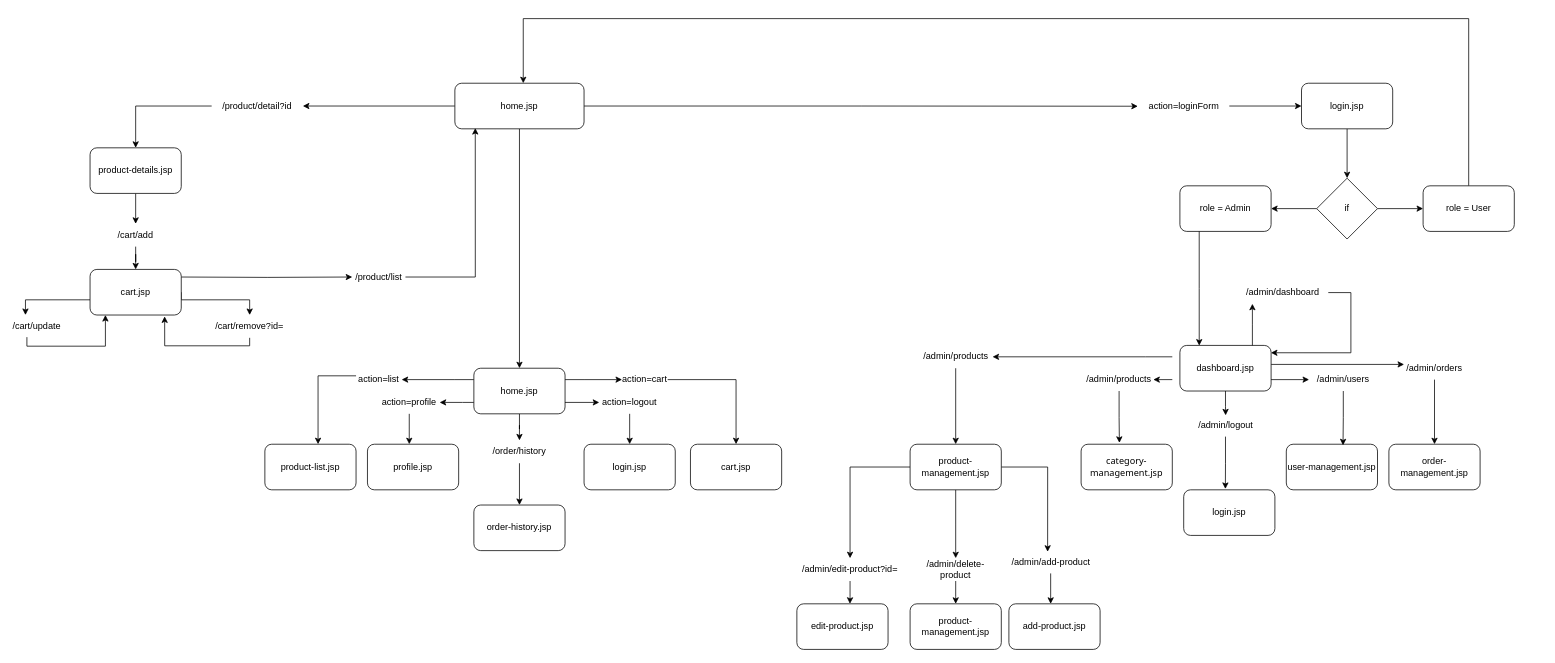
Above: Untitled Diagram.drawio in oggyne259/hehe (draw.io), before the change. Source tidied: cells renumbered, new cells numbered last; positions are measured from the earlier drawing's top-left corner, leaving out a move shared by most shapes. Both pictures are drawn from the tidied source at 76%, with x=0, y=0 at pixel (14, 18).
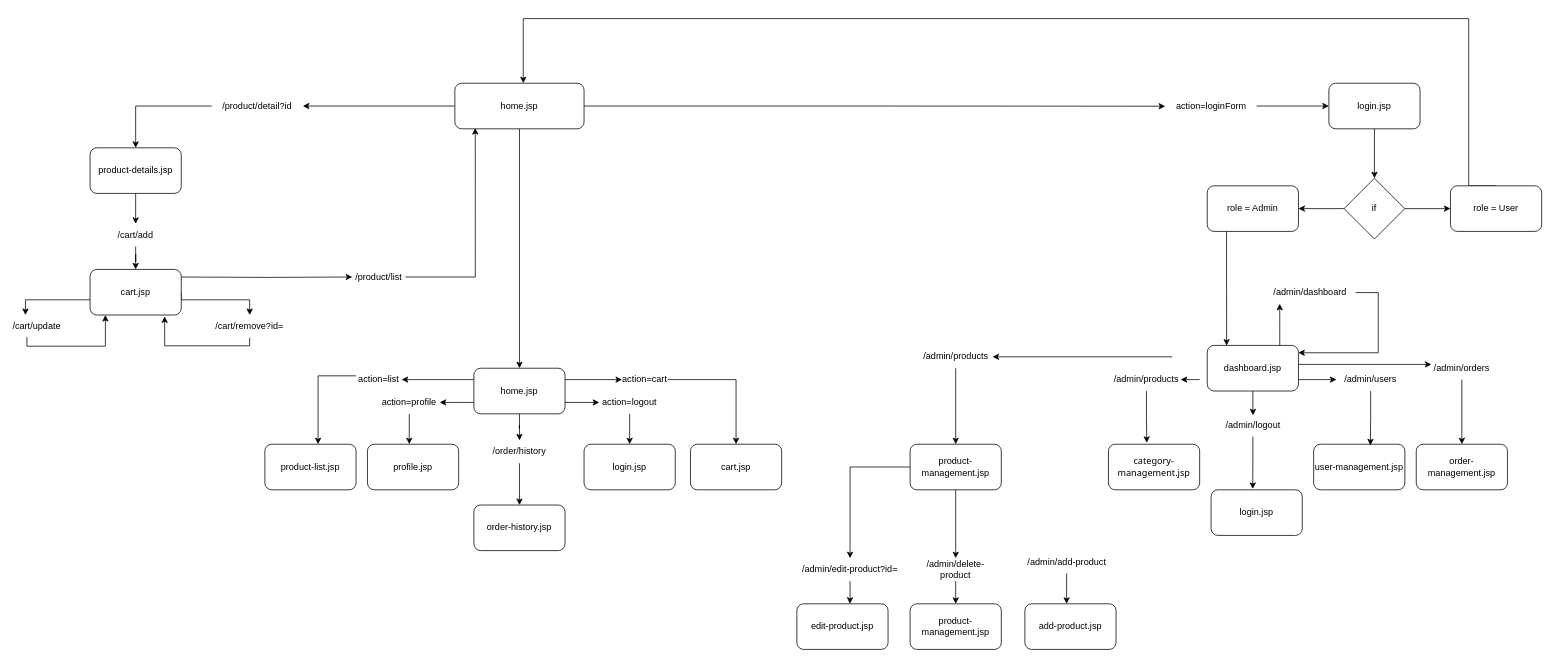
Above is the later version.

Unchanged cells that the change refers to:
```xml
<mxCell id="65" value="product-management.jsp" style="rounded=1;whiteSpace=wrap;html=1;" parent="1" vertex="1">
  <mxGeometry x="1179" y="560" width="120" height="60" as="geometry" />
</mxCell>
```

Diff of the diagram source:
```diff
@@
     <mxCell id="26" value="action=loginForm" style="text;html=1;align=center;verticalAlign=middle;points=[];strokeColor=none;fillColor=none;rotation=0;" parent="1" vertex="1">
-      <mxGeometry x="1479" y="100" width="120" height="30" as="geometry" />
+      <mxGeometry x="1515" y="100" width="120" height="30" as="geometry" />
     </mxCell>
@@
     <mxCell id="28" value="login.jsp" style="rounded=1;whiteSpace=wrap;html=1;" parent="1" vertex="1">
-      <mxGeometry x="1694" y="85" width="120" height="60" as="geometry" />
+      <mxGeometry x="1730" y="85" width="120" height="60" as="geometry" />
     </mxCell>
@@
     <mxCell id="31" value="if" style="rhombus;whiteSpace=wrap;html=1;" parent="1" vertex="1">
-      <mxGeometry x="1714" y="210" width="80" height="80" as="geometry" />
+      <mxGeometry x="1750" y="210" width="80" height="80" as="geometry" />
     </mxCell>
     <mxCell id="32" value="role = Admin" style="rounded=1;whiteSpace=wrap;html=1;" parent="1" vertex="1">
-      <mxGeometry x="1534" y="220" width="120" height="60" as="geometry" />
+      <mxGeometry x="1570" y="220" width="120" height="60" as="geometry" />
     </mxCell>
@@
     <mxCell id="34" style="edgeStyle=orthogonalEdgeStyle;rounded=0;jettySize=auto;html=1;exitX=0;exitY=0.75;exitDx=0;exitDy=0;entryX=1;entryY=0.5;entryDx=0;entryDy=0;" parent="1" edge="1" target="66">
       <mxGeometry relative="1" as="geometry">
-        <mxPoint x="1524" y="475" as="sourcePoint" />
+        <mxPoint x="1560" y="475" as="sourcePoint" />
       </mxGeometry>
     </mxCell>
     <mxCell id="35" style="edgeStyle=orthogonalEdgeStyle;rounded=0;jettySize=auto;html=1;entryX=0;entryY=0.333;entryDx=0;entryDy=0;entryPerimeter=0;" parent="1" edge="1" source="36" target="70">
       <mxGeometry relative="1" as="geometry">
         <Array as="points">
-          <mxPoint x="1829" y="455" />
+          <mxPoint x="1865" y="455" />
         </Array>
       </mxGeometry>
     </mxCell>
     <mxCell id="36" value="dashboard.jsp" style="rounded=1;whiteSpace=wrap;html=1;" parent="1" vertex="1">
-      <mxGeometry x="1534" y="430" width="120" height="60" as="geometry" />
+      <mxGeometry x="1570" y="430" width="120" height="60" as="geometry" />
     </mxCell>
@@
     <mxCell id="38" value="role = User" style="rounded=1;whiteSpace=wrap;html=1;" parent="1" vertex="1">
-      <mxGeometry x="1854" y="220" width="120" height="60" as="geometry" />
+      <mxGeometry x="1890" y="220" width="120" height="60" as="geometry" />
     </mxCell>
@@
-    <mxCell id="64" style="edgeStyle=orthogonalEdgeStyle;rounded=0;jettySize=auto;html=1;entryX=0.469;entryY=0.05;entryDx=0;entryDy=0;entryPerimeter=0;" parent="1" edge="1" source="65" target="90">
-      <mxGeometry relative="1" as="geometry">
-        <Array as="points">
-          <mxPoint x="1360" y="590" />
-        </Array>
-      </mxGeometry>
-    </mxCell>
@@
     <mxCell id="66" value="/admin/products" style="text;html=1;align=center;verticalAlign=middle;whiteSpace=wrap;rounded=0;" parent="1" vertex="1">
-      <mxGeometry x="1409" y="460" width="90" height="30" as="geometry" />
+      <mxGeometry x="1445" y="460" width="90" height="30" as="geometry" />
     </mxCell>
     <mxCell id="67" value="&lt;span style=&quot;font-family: Tahoma, Arial, sans-serif; text-align: start;&quot;&gt;category-management.jsp&lt;/span&gt;" style="rounded=1;whiteSpace=wrap;html=1;" parent="1" vertex="1">
-      <mxGeometry x="1404" y="560" width="120" height="60" as="geometry" />
+      <mxGeometry x="1440" y="560" width="120" height="60" as="geometry" />
     </mxCell>
@@
     <mxCell id="70" value="/admin/orders" style="text;html=1;align=center;verticalAlign=middle;whiteSpace=wrap;rounded=0;" parent="1" vertex="1">
-      <mxGeometry x="1829" y="445" width="80" height="30" as="geometry" />
+      <mxGeometry x="1865" y="445" width="80" height="30" as="geometry" />
     </mxCell>
     <mxCell id="71" value="order-management.jsp" style="rounded=1;whiteSpace=wrap;html=1;" parent="1" vertex="1">
-      <mxGeometry x="1809" y="560" width="120" height="60" as="geometry" />
+      <mxGeometry x="1845" y="560" width="120" height="60" as="geometry" />
     </mxCell>
@@
     <mxCell id="73" value="/admin/users" style="text;html=1;align=center;verticalAlign=middle;whiteSpace=wrap;rounded=0;" parent="1" vertex="1">
-      <mxGeometry x="1704" y="460" width="90" height="30" as="geometry" />
+      <mxGeometry x="1740" y="460" width="90" height="30" as="geometry" />
     </mxCell>
     <mxCell id="74" value="user-management.jsp" style="rounded=1;whiteSpace=wrap;html=1;" parent="1" vertex="1">
-      <mxGeometry x="1674" y="560" width="120" height="60" as="geometry" />
+      <mxGeometry x="1710" y="560" width="120" height="60" as="geometry" />
     </mxCell>
@@
     <mxCell id="76" value="/admin/logout" style="text;html=1;align=center;verticalAlign=middle;points=[];strokeColor=none;fillColor=none;" parent="1" vertex="1">
-      <mxGeometry x="1544" y="520" width="100" height="30" as="geometry" />
+      <mxGeometry x="1580" y="520" width="100" height="30" as="geometry" />
     </mxCell>
@@
     <mxCell id="78" value="login.jsp" style="rounded=1;whiteSpace=wrap;html=1;" parent="1" vertex="1">
-      <mxGeometry x="1539" y="620" width="120" height="60" as="geometry" />
+      <mxGeometry x="1575" y="620" width="120" height="60" as="geometry" />
     </mxCell>
@@
     <mxCell id="80" style="edgeStyle=orthogonalEdgeStyle;rounded=0;jettySize=auto;html=1;entryX=0.212;entryY=0.004;entryDx=0;entryDy=0;entryPerimeter=0;" parent="1" edge="1" source="32" target="36">
       <mxGeometry relative="1" as="geometry">
         <Array as="points">
-          <mxPoint x="1559" y="355" />
+          <mxPoint x="1595" y="355" />
         </Array>
       </mxGeometry>
     </mxCell>
     <mxCell id="81" style="edgeStyle=orthogonalEdgeStyle;rounded=0;jettySize=auto;html=1;exitX=1.002;exitY=0.516;exitDx=0;exitDy=0;exitPerimeter=0;entryX=0.998;entryY=0.161;entryDx=0;entryDy=0;entryPerimeter=0;" parent="1" edge="1" source="82" target="36">
       <mxGeometry relative="1" as="geometry">
         <Array as="points">
-          <mxPoint x="1759" y="360" />
-          <mxPoint x="1759" y="440" />
+          <mxPoint x="1795" y="360" />
+          <mxPoint x="1795" y="440" />
         </Array>
       </mxGeometry>
     </mxCell>
     <mxCell id="82" value="/admin/dashboard" style="text;html=1;align=center;verticalAlign=middle;points=[];strokeColor=none;fillColor=none;" parent="1" vertex="1">
-      <mxGeometry x="1609" y="345" width="120" height="30" as="geometry" />
+      <mxGeometry x="1645" y="345" width="120" height="30" as="geometry" />
     </mxCell>
     <mxCell id="83" style="edgeStyle=orthogonalEdgeStyle;rounded=0;jettySize=auto;html=1;entryX=0.17;entryY=1.007;entryDx=0;entryDy=0;entryPerimeter=0;" parent="1" edge="1" source="36" target="82">
       <mxGeometry relative="1" as="geometry">
         <Array as="points">
-          <mxPoint x="1629" y="403" />
+          <mxPoint x="1665" y="403" />
         </Array>
       </mxGeometry>
     </mxCell>
@@
     <mxCell id="90" value="/admin/add-product" style="text;html=1;align=center;verticalAlign=middle;points=[];strokeColor=none;fillColor=none;" parent="1" vertex="1">
-      <mxGeometry x="1299" y="700" width="130" height="30" as="geometry" />
+      <mxGeometry x="1320" y="700" width="130" height="30" as="geometry" />
     </mxCell>
     <mxCell id="91" value="add-product.jsp" style="rounded=1;whiteSpace=wrap;html=1;" parent="1" vertex="1">
-      <mxGeometry x="1309" y="770" width="120" height="60" as="geometry" />
+      <mxGeometry x="1330" y="770" width="120" height="60" as="geometry" />
     </mxCell>
```
